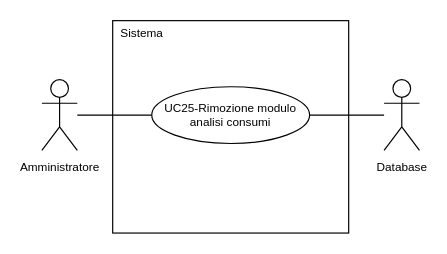
Earlier version of the draw.io diagram 2-RTB/Documenti_esterni/Analisi_dei_requisiti/draw.io/UC25.drawio (SnakeByteTeam/snakebyteteam.github.io). Source tidied: cells renumbered, new cells numbered last; positions are measured from the earlier drawing's top-left corner, leaving out a move shared by most shapes. Both pictures are drawn from the tidied source at 118%, with x=0, y=0 at pixel (41, 20).
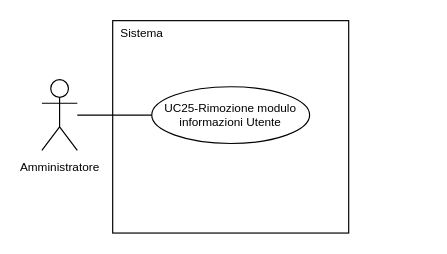
Above is the later version.

The edit, as a diff of the source:
```diff
@@
 <mxGraphModel>
   <root>
     <mxCell id="0" />
     <mxCell id="1" parent="0" />
     <mxCell id="2" value="&lt;font style=&quot;font-size: 10px; line-height: 100%;&quot;&gt;Amministratore&lt;/font&gt;" style="shape=umlActor;verticalLabelPosition=bottom;verticalAlign=top;html=1;outlineConnect=0;" parent="1" vertex="1">
       <mxGeometry y="50" width="30" height="60" as="geometry" />
     </mxCell>
     <mxCell id="3" style="rounded=0;whiteSpace=wrap;html=1;" parent="1" vertex="1">
       <mxGeometry x="60" width="200" height="180" as="geometry" />
     </mxCell>
     <mxCell id="4" style="edgeStyle=orthogonalEdgeStyle;rounded=0;jettySize=auto;html=1;exitX=0;exitY=0.5;exitDx=0;exitDy=0;endArrow=none;endFill=0;" parent="1" edge="1" source="5" target="2">
       <mxGeometry relative="1" as="geometry" />
     </mxCell>
-    <mxCell id="5" value="&lt;div style=&quot;line-height: 100%;&quot;&gt;&lt;font style=&quot;line-height: 100%; font-size: 10px;&quot;&gt;UC25-Rimozione modulo&lt;/font&gt;&lt;/div&gt;&lt;div style=&quot;line-height: 100%;&quot;&gt;&lt;span style=&quot;font-size: 10px;&quot;&gt;analisi consumi&lt;/span&gt;&lt;/div&gt;" style="ellipse;whiteSpace=wrap;html=1;" parent="1" vertex="1">
+    <mxCell id="5" value="&lt;div style=&quot;line-height: 100%;&quot;&gt;&lt;font style=&quot;line-height: 100%; font-size: 10px;&quot;&gt;UC25-Rimozione modulo&lt;/font&gt;&lt;/div&gt;&lt;div style=&quot;line-height: 100%;&quot;&gt;&lt;span style=&quot;font-size: 10px;&quot;&gt;informazioni Utente&lt;/span&gt;&lt;/div&gt;" style="ellipse;whiteSpace=wrap;html=1;" parent="1" vertex="1">
       <mxGeometry x="93.1" y="56" width="133.8" height="48.1" as="geometry" />
     </mxCell>
     <mxCell id="6" value="&lt;font style=&quot;font-size: 10px;&quot;&gt;Sistema&lt;/font&gt;" style="text;html=1;whiteSpace=wrap;strokeColor=none;fillColor=none;align=center;verticalAlign=middle;rounded=0;" parent="1" vertex="1">
       <mxGeometry x="60" width="50" height="20" as="geometry" />
     </mxCell>
-    <mxCell id="7" style="edgeStyle=orthogonalEdgeStyle;rounded=0;jettySize=auto;html=1;entryX=1;entryY=0.5;entryDx=0;entryDy=0;endArrow=none;endFill=0;" parent="1" edge="1" source="8" target="5">
-      <mxGeometry relative="1" as="geometry" />
-    </mxCell>
-    <mxCell id="8" value="&lt;font style=&quot;font-size: 10px; line-height: 100%;&quot;&gt;Database&lt;/font&gt;" style="shape=umlActor;verticalLabelPosition=bottom;verticalAlign=top;html=1;outlineConnect=0;" parent="1" vertex="1">
-      <mxGeometry x="290" y="50" width="30" height="60" as="geometry" />
-    </mxCell>
   </root>
 </mxGraphModel>
```
